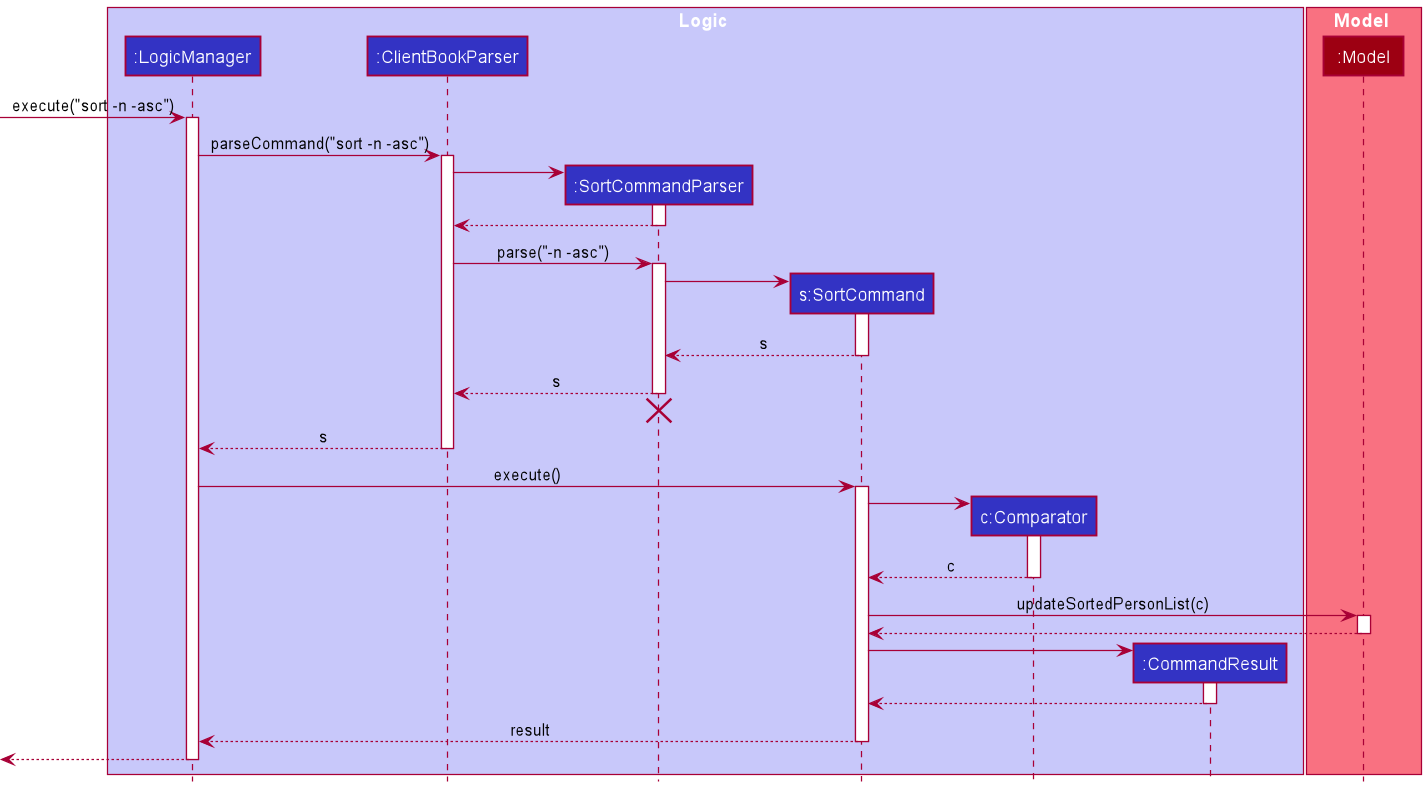
Before: docs/images/SortSequenceDiagram.png, a diagram exported from PlantUML (nus-cs2103-AY2021S2/tp).
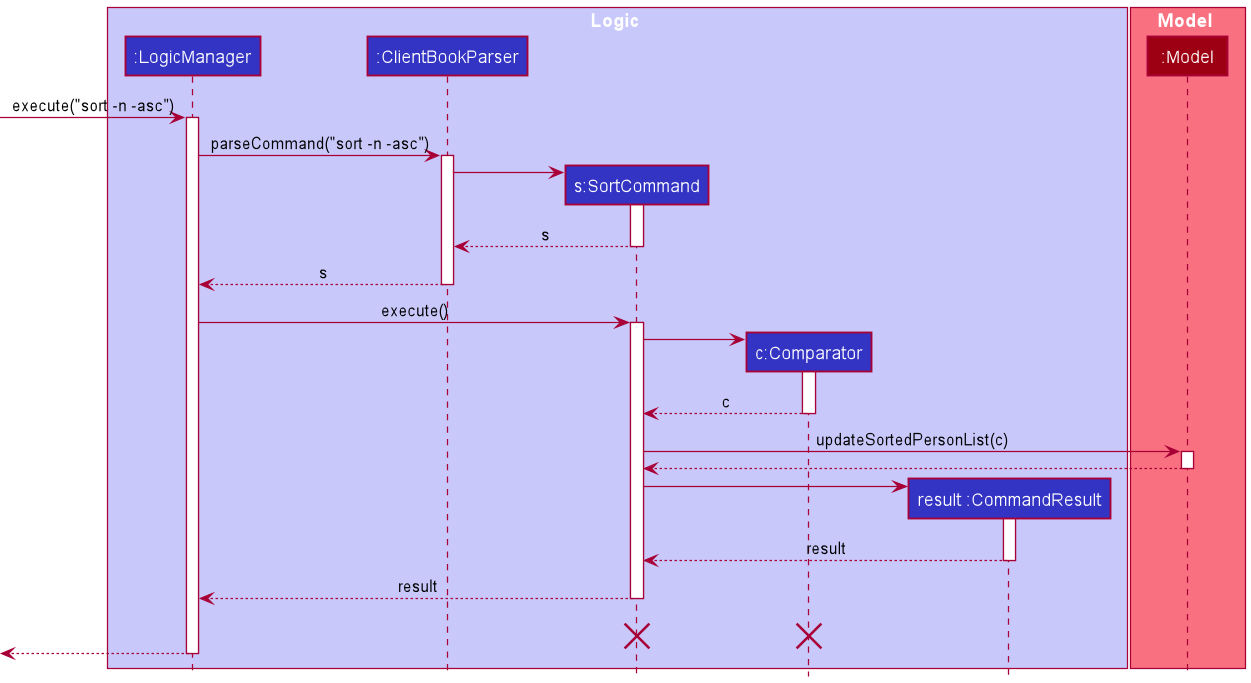
The same diagram one commit later.

What changed in the source:
```diff
@@ -4,10 +4,9 @@
 box Logic LOGIC_COLOR_T1
 participant ":LogicManager" as LogicManager LOGIC_COLOR
 participant ":ClientBookParser" as ClientBookParser LOGIC_COLOR
-participant ":SortCommandParser" as SortCommandParser LOGIC_COLOR
 participant "s:SortCommand" as SortCommand LOGIC_COLOR
 participant "c:Comparator" as Comparator LOGIC_COLOR
-participant ":CommandResult" as CommandResult LOGIC_COLOR
+participant "result :CommandResult" as CommandResult LOGIC_COLOR
 end box
 
 box Model MODEL_COLOR_T1
@@ -20,27 +19,12 @@
 LogicManager -> ClientBookParser : parseCommand("sort -n -asc")
 activate ClientBookParser
 
-create SortCommandParser
-ClientBookParser -> SortCommandParser
-activate SortCommandParser
-
-SortCommandParser --> ClientBookParser
-deactivate SortCommandParser
-
-ClientBookParser -> SortCommandParser : parse("-n -asc")
-activate SortCommandParser
-
 create SortCommand
-SortCommandParser -> SortCommand
+ClientBookParser -> SortCommand
 activate SortCommand
 
-SortCommand --> SortCommandParser : s
+SortCommand --> ClientBookParser : s
 deactivate SortCommand
-
-SortCommandParser --> ClientBookParser : s
-deactivate SortCommandParser
-SortCommandParser -[hidden]-> ClientBookParser
-destroy SortCommandParser
 
 ClientBookParser --> LogicManager : s
 deactivate ClientBookParser
@@ -65,12 +49,16 @@
 SortCommand -> CommandResult
 activate CommandResult
 
-CommandResult --> SortCommand
+CommandResult --> SortCommand : result
 deactivate CommandResult
 
 SortCommand --> LogicManager : result
 deactivate SortCommand
 
+SortCommand -[hidden]-> LogicManager : result
+destroy SortCommand
+destroy Comparator
+
 [<--LogicManager
 deactivate LogicManager
 @enduml
```
